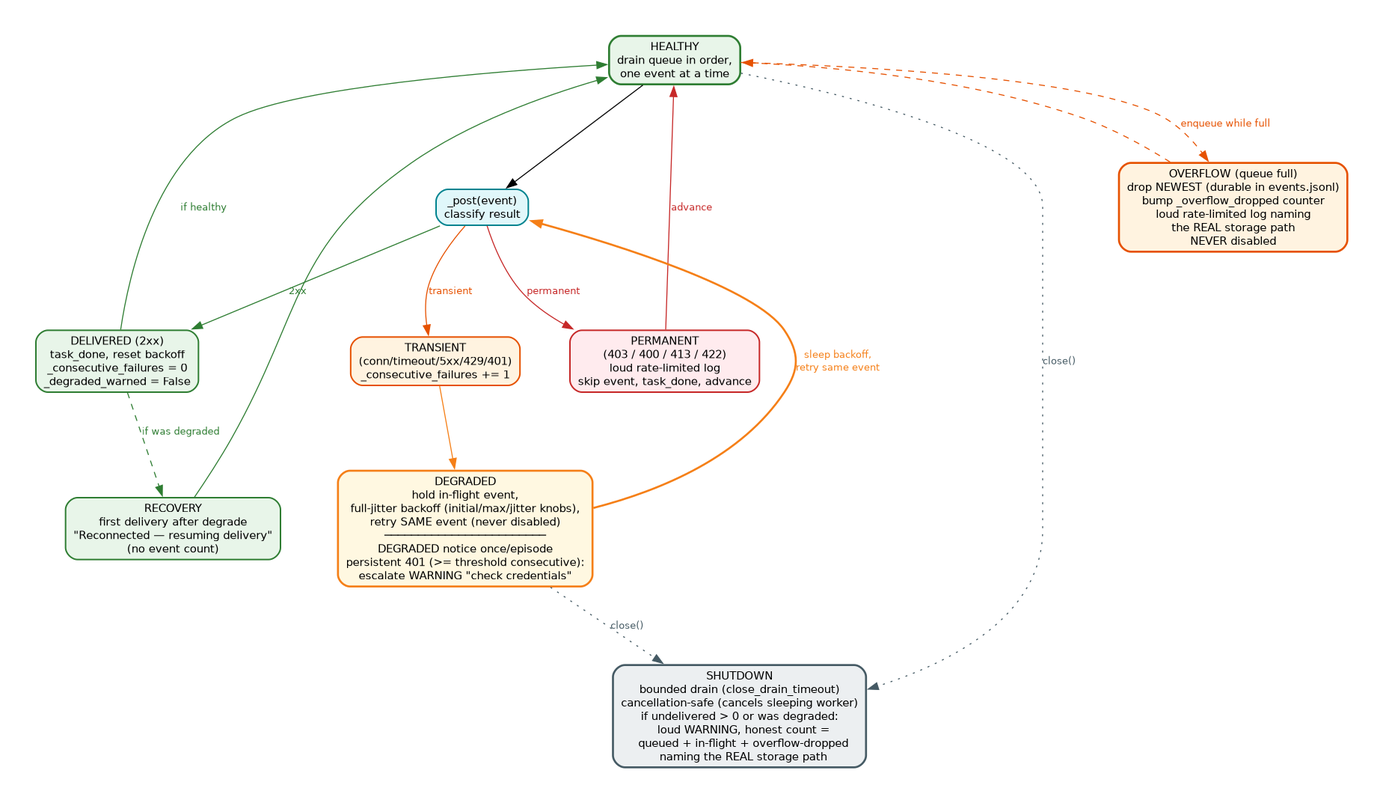
microsoft/amplifier-bundle-context-intelligence keeps this Graphviz diagram as docs/dispatch-auto-recovery-lifecycle.png. Above is the earlier version. Its source is kept beside it as docs/dispatch-auto-recovery-lifecycle.dot.
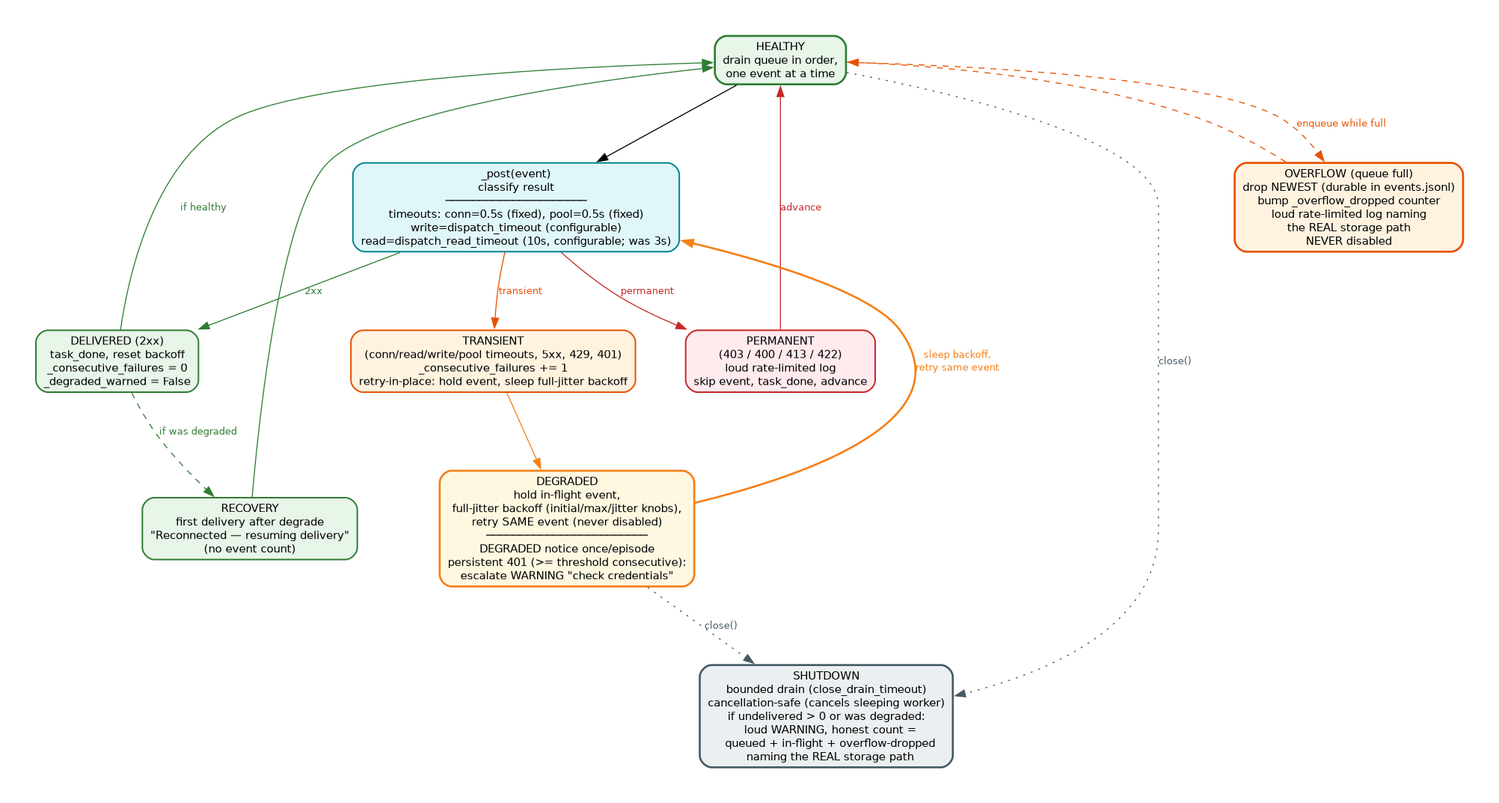
After the commit.

Commit message:
docs(dispatch): document auto-recovery + configurable read timeout; refresh diagrams

Diff of the diagram source:
```diff
@@ -12,13 +12,13 @@
     healthy   [label="HEALTHY\ndrain queue in order,\none event at a time",
                fillcolor="#E8F5E9", color="#2E7D32", penwidth=2];
 
-    post      [label="_post(event)\nclassify result",
+    post      [label="_post(event)\nclassify result\n─────────────────────\ntimeouts: conn=0.5s (fixed), pool=0.5s (fixed)\nwrite=dispatch_timeout (configurable)\nread=dispatch_read_timeout (10s, configurable; was 3s)",
                fillcolor="#E0F7FA", color="#00838F", penwidth=1.5];
 
     delivered [label="DELIVERED (2xx)\ntask_done, reset backoff\n_consecutive_failures = 0\n_degraded_warned = False",
                fillcolor="#E8F5E9", color="#2E7D32", penwidth=1.5];
 
-    transient [label="TRANSIENT\n(conn/timeout/5xx/429/401)\n_consecutive_failures += 1",
+    transient [label="TRANSIENT\n(conn/read/write/pool timeouts, 5xx, 429, 401)\n_consecutive_failures += 1\nretry-in-place: hold event, sleep full-jitter backoff",
                fillcolor="#FFF3E0", color="#E65100", penwidth=1.5];
 
     permanent [label="PERMANENT\n(403 / 400 / 413 / 422)\nloud rate-limited log\nskip event, task_done, advance",
```
